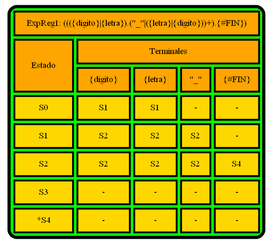
Before: TRANSICIONES_202004765/TablaTrans_ExpReg1.png, a diagram exported from Graphviz (PikaGuty/OLC1_Proyecto1_202004765). Its source is kept beside it as TRANSICIONES_202004765/TablaTrans_ExpReg1.dot. The source it was exported from:
```dot
digraph G {
label=<
<TABLE border="5" cellspacing="4" cellpadding="10" style="rounded" bgcolor="green" gradientangle="315">
<TR>
<TD border="3"  colspan="5" bgcolor="orange">ExpReg1: ((({digito}|{letra}).("_"|({letra}|{digito}))+).{#FIN})</TD>
</TR>
<TR>
<TD border="3"  rowspan="2" bgcolor="orange">Estado</TD>
<TD border="3"  colspan="4" bgcolor="orange">Terminales</TD>
</TR>
<TR>
<TD border="3" bgcolor="orange">{digito}</TD>
<TD border="3" bgcolor="orange">{letra}</TD>
<TD border="3" bgcolor="orange">"_"</TD>
<TD border="3" bgcolor="orange">{#FIN}</TD>
</TR>
<TR>
<TD border="3"  bgcolor="gold">S0</TD><TD border="3" bgcolor="gold">S1</TD>
<TD border="3" bgcolor="gold">S1</TD>
<TD border="3" bgcolor="gold">-</TD>
<TD border="3" bgcolor="gold">-</TD>
</TR>
<TR>
<TD border="3"  bgcolor="gold">S1</TD><TD border="3" bgcolor="gold">S2</TD>
<TD border="3" bgcolor="gold">S2</TD>
<TD border="3" bgcolor="gold">S2</TD>
<TD border="3" bgcolor="gold">-</TD>
</TR>
<TR>
<TD border="3"  bgcolor="gold">S2</TD><TD border="3" bgcolor="gold">S2</TD>
<TD border="3" bgcolor="gold">S2</TD>
<TD border="3" bgcolor="gold">S2</TD>
<TD border="3" bgcolor="gold">S4</TD>
</TR>
<TR>
<TD border="3"  bgcolor="gold">S3</TD><TD border="3" bgcolor="gold">-</TD>
<TD border="3" bgcolor="gold">-</TD>
<TD border="3" bgcolor="gold">-</TD>
<TD border="3" bgcolor="gold">-</TD>
</TR>
<TR>
<TD border="3"  bgcolor="gold">*S4</TD><TD border="3" bgcolor="gold">-</TD>
<TD border="3" bgcolor="gold">-</TD>
<TD border="3" bgcolor="gold">-</TD>
<TD border="3" bgcolor="gold">-</TD>
</TR>
</TABLE>>


}
```
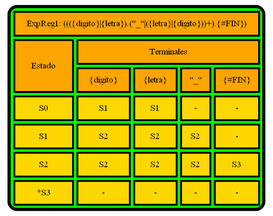
Later version of the same file.

Change to the diagram source:
```diff
@@ -30,16 +30,10 @@
 <TD border="3"  bgcolor="gold">S2</TD><TD border="3" bgcolor="gold">S2</TD>
 <TD border="3" bgcolor="gold">S2</TD>
 <TD border="3" bgcolor="gold">S2</TD>
-<TD border="3" bgcolor="gold">S4</TD>
+<TD border="3" bgcolor="gold">S3</TD>
 </TR>
 <TR>
-<TD border="3"  bgcolor="gold">S3</TD><TD border="3" bgcolor="gold">-</TD>
-<TD border="3" bgcolor="gold">-</TD>
-<TD border="3" bgcolor="gold">-</TD>
-<TD border="3" bgcolor="gold">-</TD>
-</TR>
-<TR>
-<TD border="3"  bgcolor="gold">*S4</TD><TD border="3" bgcolor="gold">-</TD>
+<TD border="3"  bgcolor="gold">*S3</TD><TD border="3" bgcolor="gold">-</TD>
 <TD border="3" bgcolor="gold">-</TD>
 <TD border="3" bgcolor="gold">-</TD>
 <TD border="3" bgcolor="gold">-</TD>
```
